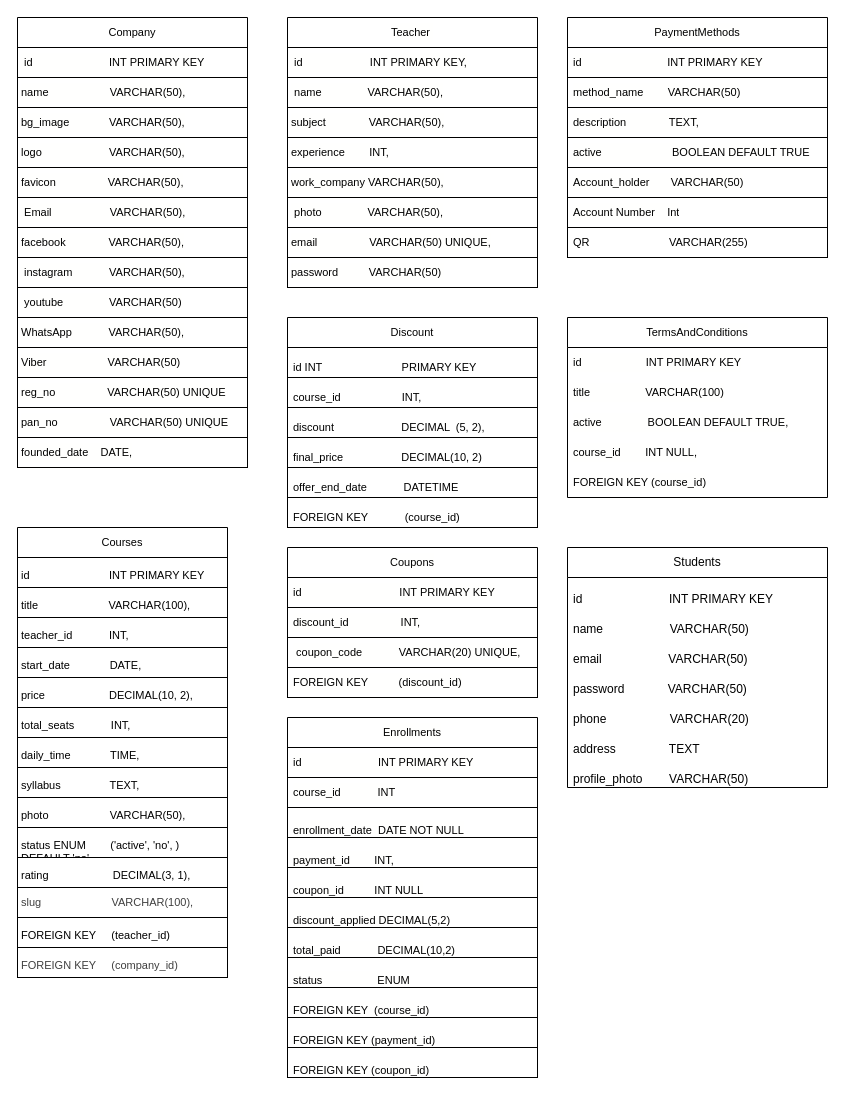
nabaraj999/OnlineCourse keeps this draw.io diagram as page "Page-1" (1 of 2) of course.drawio. Above is the earlier version. Source tidied: cells renumbered, new cells numbered last; positions are measured from the earlier drawing's top-left corner, leaving out a move shared by most shapes. Both pictures are drawn from the tidied source at 100%, with x=0, y=0 at pixel (17, 17).
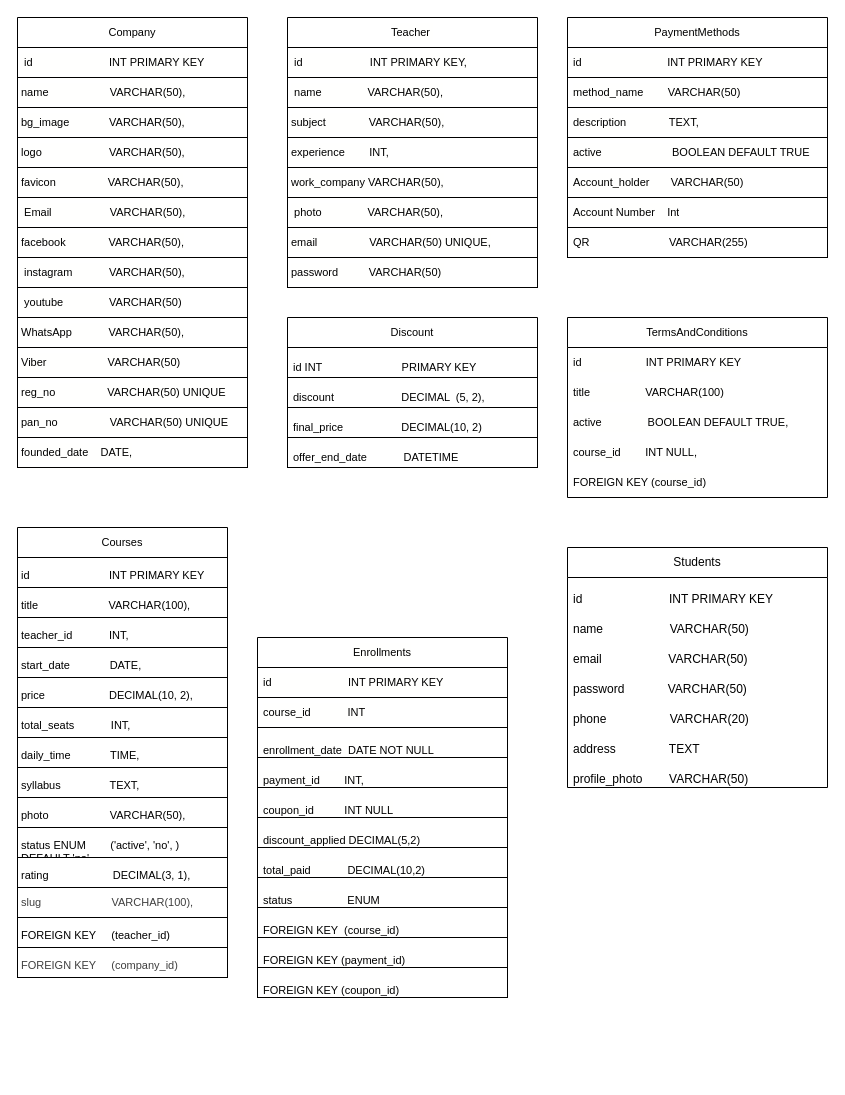
The same diagram, later.

What changed in the source:
```diff
@@
     <mxCell id="41" value="Discount" style="swimlane;fontStyle=0;horizontal=1;startSize=30;whiteSpace=wrap;html=1;fontColor=default;fontSize=11;strokeColor=default;" parent="1" vertex="1">
-      <mxGeometry x="270" y="300" width="250" height="210" as="geometry" />
+      <mxGeometry x="270" y="300" width="250" height="150" as="geometry" />
     </mxCell>
@@
-    <mxCell id="43" value="&lt;p style=&quot;white-space-collapse: preserve;&quot; dir=&quot;auto&quot;&gt;course_id                    INT,&lt;/p&gt;" style="text;strokeColor=default;fillColor=none;align=left;verticalAlign=middle;spacingLeft=4;spacingRight=4;overflow=hidden;whiteSpace=wrap;html=1;fontColor=default;fontSize=11;" parent="41" vertex="1">
-      <mxGeometry y="60" width="250" height="30" as="geometry" />
-    </mxCell>
     <mxCell id="44" value="&lt;p style=&quot;white-space-collapse: preserve;&quot; dir=&quot;auto&quot;&gt;discount                      DECIMAL  (5, 2),&lt;/p&gt;" style="text;strokeColor=default;fillColor=none;align=left;verticalAlign=middle;spacingLeft=4;spacingRight=4;overflow=hidden;whiteSpace=wrap;html=1;fontColor=default;fontSize=11;" parent="41" vertex="1">
-      <mxGeometry y="90" width="250" height="30" as="geometry" />
+      <mxGeometry y="60" width="250" height="30" as="geometry" />
     </mxCell>
     <mxCell id="45" value="&lt;p style=&quot;white-space-collapse: preserve;&quot; dir=&quot;auto&quot;&gt;final_price                   DECIMAL(10, 2)&lt;/p&gt;" style="text;strokeColor=default;fillColor=none;align=left;verticalAlign=middle;spacingLeft=4;spacingRight=4;overflow=hidden;whiteSpace=wrap;html=1;fontColor=default;fontSize=11;" parent="41" vertex="1">
-      <mxGeometry y="120" width="250" height="30" as="geometry" />
+      <mxGeometry y="90" width="250" height="30" as="geometry" />
     </mxCell>
     <mxCell id="46" value="&lt;p style=&quot;white-space-collapse: preserve;&quot; dir=&quot;auto&quot;&gt;offer_end_date            DATETIME&lt;/p&gt;" style="text;strokeColor=default;fillColor=none;align=left;verticalAlign=middle;spacingLeft=4;spacingRight=4;overflow=hidden;whiteSpace=wrap;html=1;fontColor=default;fontSize=11;" parent="41" vertex="1">
-      <mxGeometry y="150" width="250" height="30" as="geometry" />
+      <mxGeometry y="120" width="250" height="30" as="geometry" />
     </mxCell>
-    <mxCell id="47" value="&lt;p style=&quot;white-space-collapse: preserve;&quot; dir=&quot;auto&quot;&gt;FOREIGN KEY            (course_id)&lt;/p&gt;" style="text;strokeColor=default;fillColor=none;align=left;verticalAlign=middle;spacingLeft=4;spacingRight=4;overflow=hidden;whiteSpace=wrap;html=1;fontColor=default;fontSize=11;" parent="41" vertex="1">
-      <mxGeometry y="180" width="250" height="30" as="geometry" />
-    </mxCell>
-    <mxCell id="48" value="&lt;div style=&quot;background-color: rgb(255, 255, 254); font-family: var(--font-ibm-plex-mono), Consolas, 'Courier New', monospace; line-height: 19px; white-space: pre;&quot;&gt;&lt;span&gt;Coupons&lt;/span&gt;&lt;/div&gt;" style="swimlane;fontStyle=0;horizontal=1;startSize=30;whiteSpace=wrap;html=1;fontColor=default;fontSize=11;strokeColor=default;" parent="1" vertex="1">
-      <mxGeometry x="270" y="530" width="250" height="150" as="geometry" />
-    </mxCell>
-    <mxCell id="49" value="&lt;div style=&quot;background-color: rgb(255, 255, 254); font-family: var(--font-ibm-plex-mono), Consolas, 'Courier New', monospace; line-height: 19px; white-space: pre;&quot;&gt;&lt;span&gt;id                                &lt;/span&gt;&lt;span&gt;INT&lt;/span&gt;&lt;span&gt; &lt;/span&gt;&lt;span&gt;PRIMARY&lt;/span&gt;&lt;span&gt; &lt;/span&gt;&lt;span&gt;KEY&lt;/span&gt;&lt;/div&gt;" style="text;strokeColor=default;fillColor=none;align=left;verticalAlign=middle;spacingLeft=4;spacingRight=4;overflow=hidden;whiteSpace=wrap;html=1;fontColor=default;fontSize=11;" parent="48" vertex="1">
-      <mxGeometry y="30" width="250" height="30" as="geometry" />
-    </mxCell>
-    <mxCell id="50" value="&lt;div style=&quot;background-color: rgb(255, 255, 254); font-family: var(--font-ibm-plex-mono), Consolas, 'Courier New', monospace; line-height: 19px; white-space: pre;&quot;&gt;&lt;span&gt;discount_id                 &lt;/span&gt;&lt;span&gt;INT&lt;/span&gt;&lt;span&gt;,&lt;/span&gt;&lt;/div&gt;" style="text;strokeColor=default;fillColor=none;align=left;verticalAlign=middle;spacingLeft=4;spacingRight=4;overflow=hidden;whiteSpace=wrap;html=1;fontColor=default;fontSize=11;" parent="48" vertex="1">
-      <mxGeometry y="60" width="250" height="30" as="geometry" />
-    </mxCell>
-    <mxCell id="51" value="&lt;div style=&quot;background-color: rgb(255, 255, 254); font-family: var(--font-ibm-plex-mono), Consolas, 'Courier New', monospace; line-height: 19px; white-space: pre;&quot;&gt;&lt;span&gt;&amp;nbsp;coupon_code            &lt;/span&gt;&lt;span&gt;VARCHAR&lt;/span&gt;&lt;span&gt;(&lt;/span&gt;&lt;span&gt;20&lt;/span&gt;&lt;span&gt;) &lt;/span&gt;&lt;span&gt;UNIQUE&lt;/span&gt;&lt;span&gt;,&lt;/span&gt;&lt;/div&gt;" style="text;strokeColor=default;fillColor=none;align=left;verticalAlign=middle;spacingLeft=4;spacingRight=4;overflow=hidden;whiteSpace=wrap;html=1;fontColor=default;fontSize=11;" parent="48" vertex="1">
-      <mxGeometry y="90" width="250" height="30" as="geometry" />
-    </mxCell>
-    <mxCell id="52" value="&lt;div style=&quot;background-color: rgb(255, 255, 254); font-family: var(--font-ibm-plex-mono), Consolas, 'Courier New', monospace; line-height: 19px; white-space: pre;&quot;&gt;&lt;div style=&quot;font-family: var(--font-ibm-plex-mono), Consolas, 'Courier New', monospace; line-height: 19px;&quot;&gt;&lt;span&gt;FOREIGN&lt;/span&gt;&lt;span&gt; &lt;/span&gt;&lt;span&gt;KEY   &lt;/span&gt;&lt;span&gt;       (discount_id)&lt;/span&gt;&lt;/div&gt;&lt;/div&gt;" style="text;strokeColor=default;fillColor=none;align=left;verticalAlign=middle;spacingLeft=4;spacingRight=4;overflow=hidden;whiteSpace=wrap;html=1;fontColor=default;fontSize=11;" parent="48" vertex="1">
-      <mxGeometry y="120" width="250" height="30" as="geometry" />
-    </mxCell>
     <mxCell id="53" value="&lt;div style=&quot;background-color: rgb(255, 255, 254); font-family: var(--font-ibm-plex-mono), Consolas, 'Courier New', monospace; line-height: 19px; white-space: pre;&quot;&gt;&lt;p style=&quot;text-wrap-mode: wrap;&quot; dir=&quot;auto&quot;&gt;Enrollments&lt;/p&gt;&lt;/div&gt;" style="swimlane;fontStyle=0;horizontal=1;startSize=30;whiteSpace=wrap;html=1;fontSize=11;fontColor=default;strokeColor=default;" parent="1" vertex="1">
-      <mxGeometry x="270" y="700" width="250" height="360" as="geometry" />
+      <mxGeometry x="240" y="620" width="250" height="360" as="geometry" />
     </mxCell>
```
